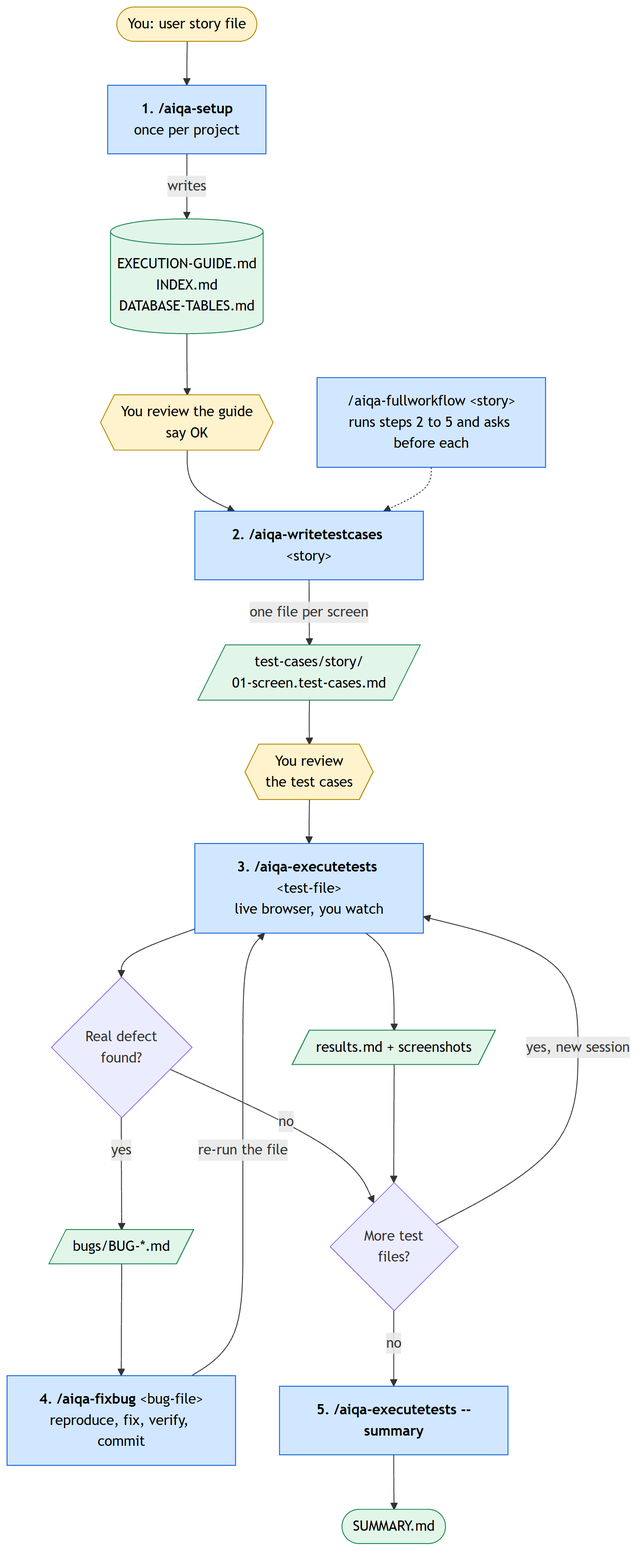
Above: docs/diagrams/workflow-overview.png in afmelwekeel/AI-QA-Framework (Mermaid), before the change. Its source is kept beside it as docs/diagrams/workflow-overview.mmd. The source it was exported from:
```mermaid
flowchart TD
    A([You: user story file]) --> S

    S["<b>1. /aiqa-setup</b><br/>once per project"]
    S -->|writes| G[("EXECUTION-GUIDE.md<br/>INDEX.md<br/>DATABASE-TABLES.md")]
    G --> R{{"You review the guide<br/>say OK"}}
    R --> W

    W["<b>2. /aiqa-writetestcases</b> &lt;story&gt;"]
    W -->|one file per screen| TC[/"test-cases/story/<br/>01-screen.test-cases.md"/]
    TC --> R2{{"You review<br/>the test cases"}}
    R2 --> E

    E["<b>3. /aiqa-executetests</b> &lt;test-file&gt;<br/>live browser, you watch"]
    E --> RES[/"results.md + screenshots"/]
    E --> Q{Real defect<br/>found?}
    Q -->|yes| BUG[/"bugs/BUG-*.md"/]
    Q -->|no| MORE
    BUG --> F["<b>4. /aiqa-fixbug</b> &lt;bug-file&gt;<br/>reproduce, fix, verify, commit"]
    F -->|re-run the file| E
    RES --> MORE{More test<br/>files?}
    MORE -->|yes, new session| E
    MORE -->|no| SUM["<b>5. /aiqa-executetests --summary</b>"]
    SUM --> DONE([SUMMARY.md])

    FW["/aiqa-fullworkflow &lt;story&gt;<br/>runs steps 2 to 5 and asks before each"] -.-> W

    classDef you fill:#fff3cd,stroke:#b58900,color:#000;
    classDef cmd fill:#d1e7ff,stroke:#0b5ed7,color:#000;
    classDef out fill:#e2f5e9,stroke:#198754,color:#000;
    class A,R,R2 you;
    class S,W,E,F,SUM,FW cmd;
    class G,TC,RES,BUG,DONE out;
```
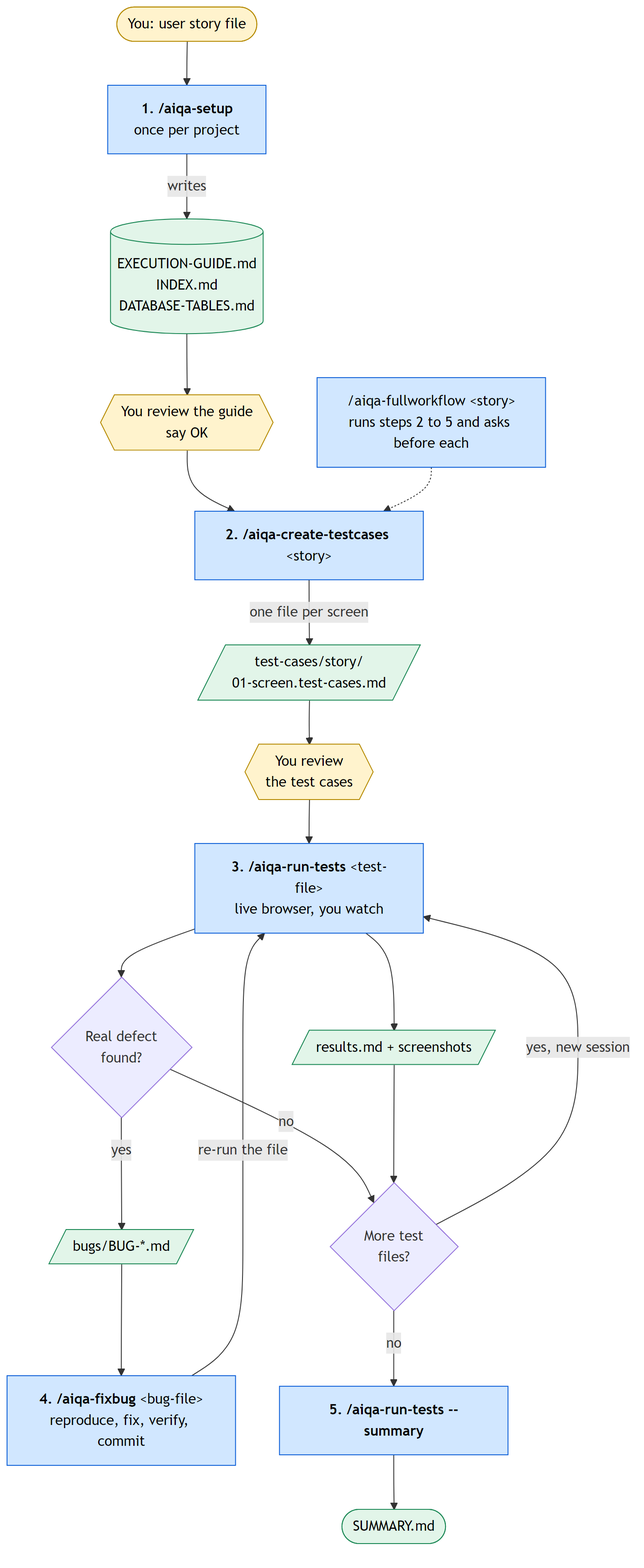
After the change.

The edit, as a diff of the source:
```diff
@@ -6,12 +6,12 @@
     G --> R{{"You review the guide<br/>say OK"}}
     R --> W
 
-    W["<b>2. /aiqa-writetestcases</b> &lt;story&gt;"]
+    W["<b>2. /aiqa-create-testcases</b> &lt;story&gt;"]
     W -->|one file per screen| TC[/"test-cases/story/<br/>01-screen.test-cases.md"/]
     TC --> R2{{"You review<br/>the test cases"}}
     R2 --> E
 
-    E["<b>3. /aiqa-executetests</b> &lt;test-file&gt;<br/>live browser, you watch"]
+    E["<b>3. /aiqa-run-tests</b> &lt;test-file&gt;<br/>live browser, you watch"]
     E --> RES[/"results.md + screenshots"/]
     E --> Q{Real defect<br/>found?}
     Q -->|yes| BUG[/"bugs/BUG-*.md"/]
@@ -20,7 +20,7 @@
     F -->|re-run the file| E
     RES --> MORE{More test<br/>files?}
     MORE -->|yes, new session| E
-    MORE -->|no| SUM["<b>5. /aiqa-executetests --summary</b>"]
+    MORE -->|no| SUM["<b>5. /aiqa-run-tests --summary</b>"]
     SUM --> DONE([SUMMARY.md])
 
     FW["/aiqa-fullworkflow &lt;story&gt;<br/>runs steps 2 to 5 and asks before each"] -.-> W
```
